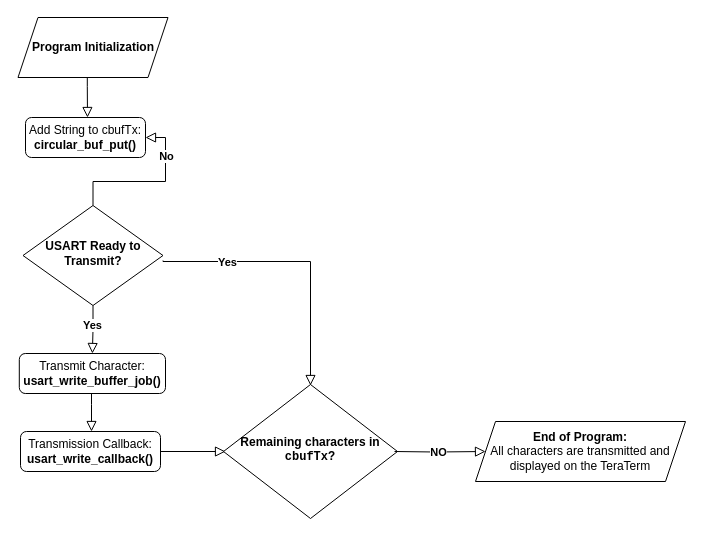
ese5160/final-project-a07g-a14g-t18-dualcore keeps this draw.io diagram as A07G_UART_Transmission.drawio. Above is the earlier version. Source tidied: cells renumbered, new cells numbered last; positions are measured from the earlier drawing's top-left corner, leaving out a move shared by most shapes. Both pictures are drawn from the tidied source at 100%, with x=0, y=0 at pixel (17, 17).
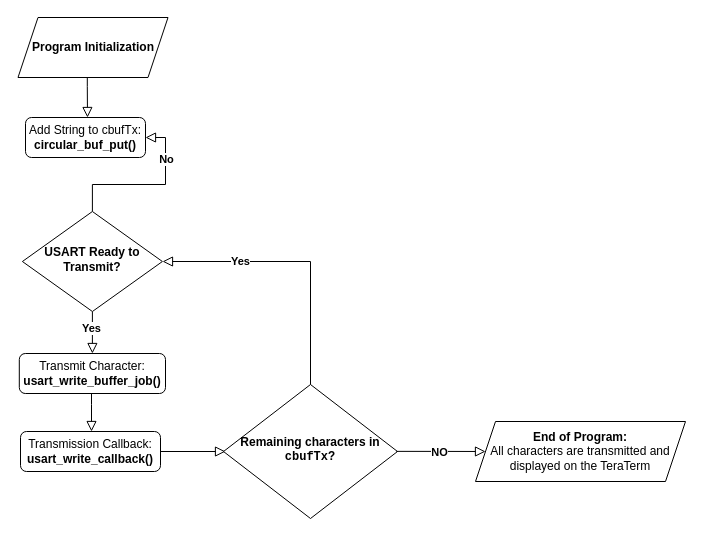
The same page after the edit.

Unchanged cells that the change refers to:
```xml
<mxCell id="12" value="&lt;b&gt;End of Program:&lt;/b&gt;&lt;div&gt;All characters are transmitted and displayed on the TeraTerm&lt;/div&gt;" style="shape=parallelogram;perimeter=parallelogramPerimeter;whiteSpace=wrap;html=1;fixedSize=1;" parent="1" vertex="1">
  <mxGeometry x="458" y="404" width="210" height="60" as="geometry" />
</mxCell>
<mxCell id="14" value="&lt;b&gt;Remaining&amp;nbsp;characters in &lt;code style=&quot;&quot;&gt;cbufTx?&lt;/code&gt;&lt;/b&gt;" style="rhombus;whiteSpace=wrap;html=1;shadow=0;fontFamily=Helvetica;fontSize=12;align=center;strokeWidth=1;spacing=6;spacingTop=-4;" parent="1" vertex="1">
  <mxGeometry x="206" y="367" width="174" height="134" as="geometry" />
</mxCell>
```

The edit, as a diff of the source:
```diff
@@
     <mxCell id="6" value="&lt;b&gt;USART Ready to Transmit?&lt;/b&gt;" style="rhombus;whiteSpace=wrap;html=1;shadow=0;fontFamily=Helvetica;fontSize=12;align=center;strokeWidth=1;spacing=6;spacingTop=-4;" parent="1" vertex="1">
-      <mxGeometry x="5.5" y="188" width="140" height="100" as="geometry" />
+      <mxGeometry x="4.9" y="194" width="140" height="100" as="geometry" />
     </mxCell>
@@
-    <mxCell id="16" style="rounded=0;html=1;jettySize=auto;orthogonalLoop=1;fontSize=11;endArrow=block;endFill=0;endSize=8;strokeWidth=1;shadow=0;labelBackgroundColor=none;edgeStyle=orthogonalEdgeStyle;exitX=1;exitY=0.5;exitDx=0;exitDy=0;" parent="1" edge="1">
-      <mxGeometry x="0.33" y="20" relative="1" as="geometry">
-        <mxPoint x="145.5" y="243" as="sourcePoint" />
-        <mxPoint x="293" y="368" as="targetPoint" />
-        <Array as="points">
-          <mxPoint x="293" y="244" />
-        </Array>
-      </mxGeometry>
-    </mxCell>
-    <mxCell id="17" value="&lt;b&gt;Yes&lt;/b&gt;" style="edgeLabel;html=1;align=center;verticalAlign=middle;" parent="16" vertex="1">
-      <mxGeometry x="-0.52" relative="1" as="geometry" />
-    </mxCell>
-    <mxCell id="18" style="rounded=0;html=1;jettySize=auto;fontSize=11;endArrow=block;endFill=0;endSize=8;strokeWidth=1;shadow=0;labelBackgroundColor=none;edgeStyle=orthogonalEdgeStyle;exitX=1;exitY=0.5;exitDx=0;exitDy=0;entryX=0;entryY=0.5;entryDx=0;entryDy=0;" parent="1" edge="1" target="12">
-      <mxGeometry x="0.33" y="20" relative="1" as="geometry">
-        <mxPoint x="377" y="434" as="sourcePoint" />
-      </mxGeometry>
+    <mxCell id="18" style="rounded=0;html=1;jettySize=auto;fontSize=11;endArrow=block;endFill=0;endSize=8;strokeWidth=1;shadow=0;labelBackgroundColor=none;edgeStyle=orthogonalEdgeStyle;exitX=0.993;exitY=0.499;exitDx=0;exitDy=0;entryX=0;entryY=0.5;entryDx=0;entryDy=0;exitPerimeter=0;" parent="1" edge="1" source="14" target="12">
+      <mxGeometry x="0.33" y="20" relative="1" as="geometry" />
     </mxCell>
@@
+    <mxCell id="20" style="rounded=0;html=1;jettySize=auto;fontSize=11;endArrow=block;endFill=0;endSize=8;strokeWidth=1;shadow=0;labelBackgroundColor=none;edgeStyle=orthogonalEdgeStyle;exitX=0.5;exitY=0;exitDx=0;exitDy=0;" parent="1" edge="1" source="14">
+      <mxGeometry x="0.33" y="20" relative="1" as="geometry">
+        <mxPoint x="145" y="244" as="targetPoint" />
+        <Array as="points">
+          <mxPoint x="293" y="244" />
+        </Array>
+      </mxGeometry>
+    </mxCell>
+    <mxCell id="17" value="&lt;b&gt;Yes&lt;/b&gt;" style="edgeLabel;html=1;align=center;verticalAlign=middle;" parent="20" vertex="1">
+      <mxGeometry x="0.43" y="-1" relative="1" as="geometry" />
+    </mxCell>
```
